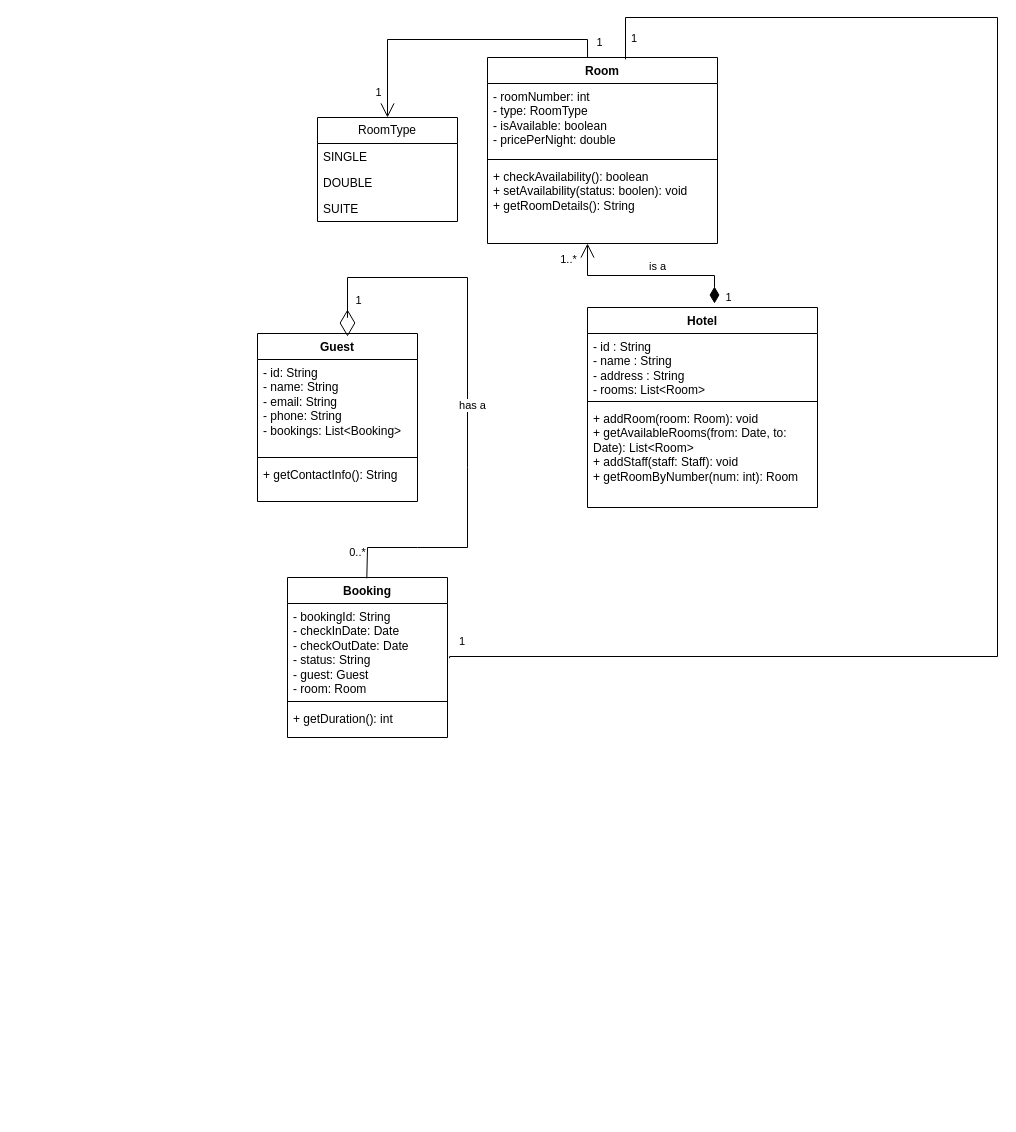
Above: Diagramme/LLD Hotel Management.drawio in Janardhan-Waghchaure/LLD_HotelManagement (draw.io), before the change. Source tidied: cells renumbered, new cells numbered last; positions are measured from the earlier drawing's top-left corner, leaving out a move shared by most shapes. Both pictures are drawn from the tidied source at 100%, with x=0, y=0 at pixel (257, 17).
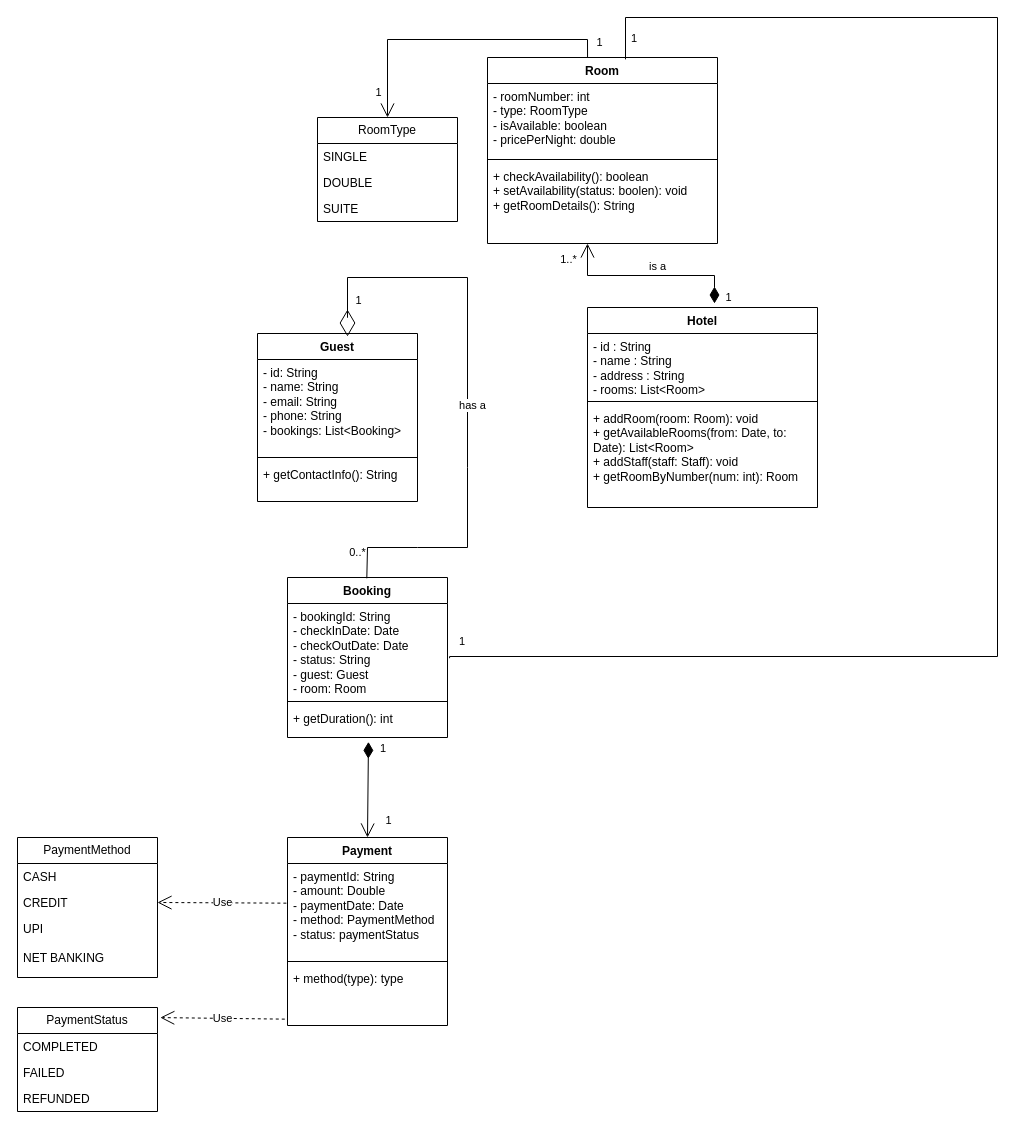
The same diagram, later.

Commit message:
added payment entity

Unchanged cells that the change refers to:
```xml
<mxCell id="27" value="+ getDuration(): int" style="text;strokeColor=none;fillColor=none;align=left;verticalAlign=top;spacingLeft=4;spacingRight=4;overflow=hidden;points=[[0,0.5],[1,0.5]];portConstraint=eastwest;whiteSpace=wrap;html=1;" parent="24" vertex="1">
  <mxGeometry y="128" width="160" height="32" as="geometry" />
</mxCell>
```

The edit, as a diff of the source:
```diff
@@
+    <mxCell id="35" value="Payment" style="swimlane;fontStyle=1;align=center;verticalAlign=top;horizontal=1;startSize=26;whiteSpace=wrap;html=1;" parent="1" vertex="1">
+      <mxGeometry x="30" y="820" width="160" height="188" as="geometry" />
+    </mxCell>
+    <mxCell id="36" value="- paymentId: String&lt;div&gt;- amount: Double&lt;/div&gt;&lt;div&gt;- paymentDate: Date&lt;/div&gt;&lt;div&gt;- method: PaymentMethod&lt;/div&gt;&lt;div&gt;- status: paymentStatus&lt;/div&gt;" style="text;strokeColor=none;fillColor=none;align=left;verticalAlign=top;spacingLeft=4;spacingRight=4;overflow=hidden;points=[[0,0.5],[1,0.5]];portConstraint=eastwest;whiteSpace=wrap;html=1;" parent="35" vertex="1">
+      <mxGeometry y="26" width="160" height="94" as="geometry" />
+    </mxCell>
+    <mxCell id="37" style="line;strokeWidth=1;fillColor=none;align=left;verticalAlign=middle;spacingTop=-1;spacingLeft=3;spacingRight=3;labelPosition=right;strokeColor=inherit;" parent="35" vertex="1">
+      <mxGeometry y="120" width="160" height="8" as="geometry" />
+    </mxCell>
+    <mxCell id="38" value="+ method(type): type" style="text;strokeColor=none;fillColor=none;align=left;verticalAlign=top;spacingLeft=4;spacingRight=4;overflow=hidden;points=[[0,0.5],[1,0.5]];portConstraint=eastwest;whiteSpace=wrap;html=1;" parent="35" vertex="1">
+      <mxGeometry y="128" width="160" height="60" as="geometry" />
+    </mxCell>
+    <mxCell id="39" value="&lt;span style=&quot;text-align: left;&quot;&gt;PaymentMethod&lt;/span&gt;" style="swimlane;fontStyle=0;horizontal=1;startSize=26;fillColor=none;whiteSpace=wrap;html=1;" parent="1" vertex="1">
+      <mxGeometry x="-240" y="820" width="140" height="140" as="geometry" />
+    </mxCell>
+    <mxCell id="40" value="CASH" style="text;strokeColor=none;fillColor=none;align=left;verticalAlign=top;spacingLeft=4;spacingRight=4;overflow=hidden;whiteSpace=wrap;html=1;" parent="39" vertex="1">
+      <mxGeometry y="26" width="140" height="26" as="geometry" />
+    </mxCell>
+    <mxCell id="41" value="CREDIT" style="text;strokeColor=none;fillColor=none;align=left;verticalAlign=top;spacingLeft=4;spacingRight=4;overflow=hidden;points=[[0,0.5],[1,0.5]];portConstraint=eastwest;whiteSpace=wrap;html=1;" parent="39" vertex="1">
+      <mxGeometry y="52" width="140" height="26" as="geometry" />
+    </mxCell>
+    <mxCell id="42" value="UPI&lt;div&gt;&lt;br&gt;&lt;div&gt;NET BANKING&lt;/div&gt;&lt;/div&gt;" style="text;strokeColor=none;fillColor=none;align=left;verticalAlign=top;spacingLeft=4;spacingRight=4;overflow=hidden;whiteSpace=wrap;html=1;" parent="39" vertex="1">
+      <mxGeometry y="78" width="140" height="62" as="geometry" />
+    </mxCell>
+    <mxCell id="43" value="&lt;span style=&quot;text-align: left;&quot;&gt;PaymentStatus&lt;/span&gt;" style="swimlane;fontStyle=0;horizontal=1;startSize=26;fillColor=none;whiteSpace=wrap;html=1;" parent="1" vertex="1">
+      <mxGeometry x="-240" y="990" width="140" height="104" as="geometry" />
+    </mxCell>
+    <mxCell id="44" value="COMPLETED" style="text;strokeColor=none;fillColor=none;align=left;verticalAlign=top;spacingLeft=4;spacingRight=4;overflow=hidden;whiteSpace=wrap;html=1;" parent="43" vertex="1">
+      <mxGeometry y="26" width="140" height="26" as="geometry" />
+    </mxCell>
+    <mxCell id="45" value="FAILED" style="text;strokeColor=none;fillColor=none;align=left;verticalAlign=top;spacingLeft=4;spacingRight=4;overflow=hidden;whiteSpace=wrap;html=1;" parent="43" vertex="1">
+      <mxGeometry y="52" width="140" height="26" as="geometry" />
+    </mxCell>
+    <mxCell id="46" value="REFUNDED&lt;div&gt;&lt;br&gt;&lt;/div&gt;" style="text;strokeColor=none;fillColor=none;align=left;verticalAlign=top;spacingLeft=4;spacingRight=4;overflow=hidden;whiteSpace=wrap;html=1;" parent="43" vertex="1">
+      <mxGeometry y="78" width="140" height="26" as="geometry" />
+    </mxCell>
+    <mxCell id="47" value="1" style="endArrow=open;html=1;endSize=12;startArrow=diamondThin;startSize=14;startFill=1;edgeStyle=orthogonalEdgeStyle;align=left;verticalAlign=bottom;rounded=0;entryX=0.5;entryY=0;entryDx=0;entryDy=0;exitX=0.506;exitY=1.137;exitDx=0;exitDy=0;exitPerimeter=0;" parent="1" edge="1" source="27" target="35">
+      <mxGeometry x="-0.66" y="10" relative="1" as="geometry">
+        <Array as="points">
+          <mxPoint x="110" y="724" />
+        </Array>
+      </mxGeometry>
+    </mxCell>
+    <mxCell id="48" value="1" style="edgeLabel;html=1;align=center;verticalAlign=middle;" parent="47" vertex="1">
+      <mxGeometry x="0.64" y="-1" relative="1" as="geometry">
+        <mxPoint x="21" as="offset" />
+      </mxGeometry>
+    </mxCell>
+    <mxCell id="49" value="Use" style="endArrow=open;endSize=12;dashed=1;html=1;rounded=0;entryX=1;entryY=0.5;entryDx=0;entryDy=0;exitX=-0.007;exitY=0.422;exitDx=0;exitDy=0;exitPerimeter=0;" parent="1" edge="1" source="36" target="41">
+      <mxGeometry relative="1" as="geometry" />
+    </mxCell>
+    <mxCell id="50" value="Use" style="endArrow=open;endSize=12;dashed=1;html=1;rounded=0;entryX=1.02;entryY=0.097;entryDx=0;entryDy=0;entryPerimeter=0;exitX=-0.017;exitY=0.894;exitDx=0;exitDy=0;exitPerimeter=0;" parent="1" edge="1" source="38" target="43">
+      <mxGeometry relative="1" as="geometry" />
+    </mxCell>
```
